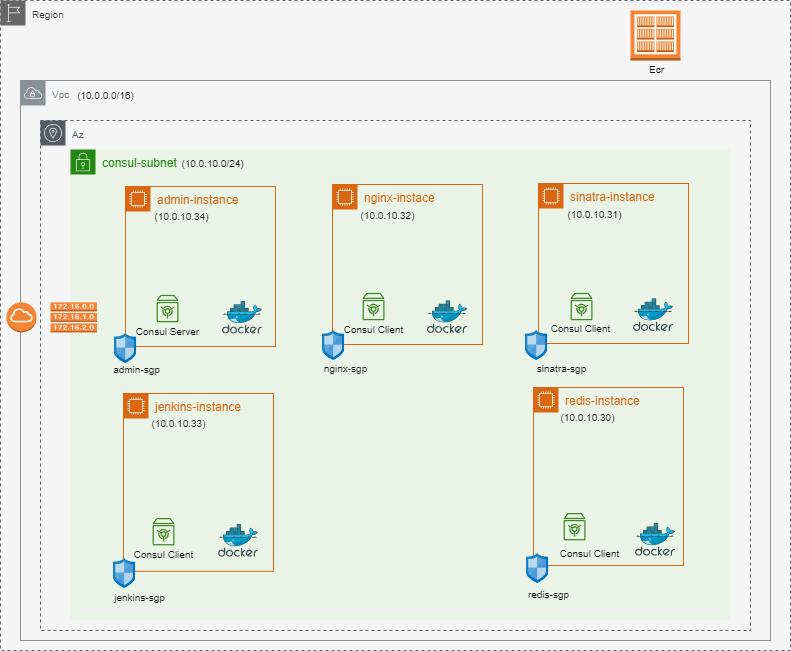
maxmin13/consul-prj keeps this draw.io diagram as img/vpc.png. Above is the earlier version. Source tidied: cells renumbered, new cells last; positions are measured from the earlier drawing's top-left corner, leaving out a move shared by most shapes.
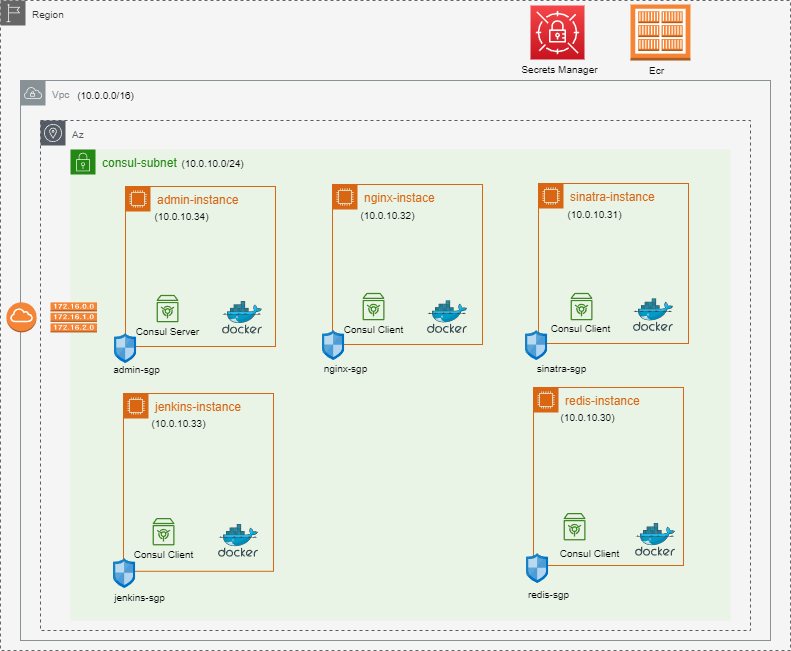
The same file after the commit.

What changed in the source:
```diff
@@ -120,10 +120,10 @@
       <mxGeometry x="549" y="538" width="80" height="30" as="geometry" />
     </mxCell>
     <mxCell id="41" style="dashed=0;verticalLabelPosition=bottom;verticalAlign=top;align=center;html=1;shape=mxgraph.aws3.ecr_registry;fillColor=#F58534;gradientColor=none;" parent="1" vertex="1">
-      <mxGeometry x="630" y="10" width="50" height="50" as="geometry" />
+      <mxGeometry x="630" y="4" width="60" height="56" as="geometry" />
     </mxCell>
     <mxCell id="42" value="Ecr" style="text;html=1;align=center;verticalAlign=middle;fillColor=none;strokeColor=none;rounded=0;fontSize=10;" parent="1" vertex="1">
-      <mxGeometry x="635.5" y="54" width="40" height="30" as="geometry" />
+      <mxGeometry x="635.5" y="55" width="40" height="30" as="geometry" />
     </mxCell>
     <mxCell id="43" style="dashed=0;verticalLabelPosition=bottom;verticalAlign=top;align=center;html=1;shape=mxgraph.aws3.route_table;fillColor=#F58536;gradientColor=none;" parent="1" vertex="1">
       <mxGeometry x="50" y="301.9" width="46.5" height="30" as="geometry" />
@@ -137,5 +137,11 @@
     <mxCell id="46" style="sketch=0;html=1;align=center;image;fontSize=12;image=img/lib/mscae/Network_Security_Groups_Classic.svg;" parent="1" vertex="1">
       <mxGeometry x="113" y="558" width="22.2" height="30" as="geometry" />
     </mxCell>
+    <mxCell id="47" style="sketch=0;fontColor=#232F3E;gradientColor=#F54749;gradientDirection=north;fillColor=#C7131F;strokeColor=#ffffff;dashed=0;verticalLabelPosition=bottom;verticalAlign=top;align=center;html=1;fontSize=12;fontStyle=0;shape=mxgraph.aws4.resourceIcon;resIcon=mxgraph.aws4.secrets_manager;" parent="1" vertex="1">
+      <mxGeometry x="530" y="5" width="54" height="54" as="geometry" />
+    </mxCell>
+    <mxCell id="48" value="Secrets Manager" style="text;html=1;align=center;verticalAlign=middle;fillColor=none;strokeColor=none;rounded=0;fontSize=10;" parent="1" vertex="1">
+      <mxGeometry x="508.5" y="54" width="100" height="30" as="geometry" />
+    </mxCell>
   </root>
 </mxGraphModel>
```
